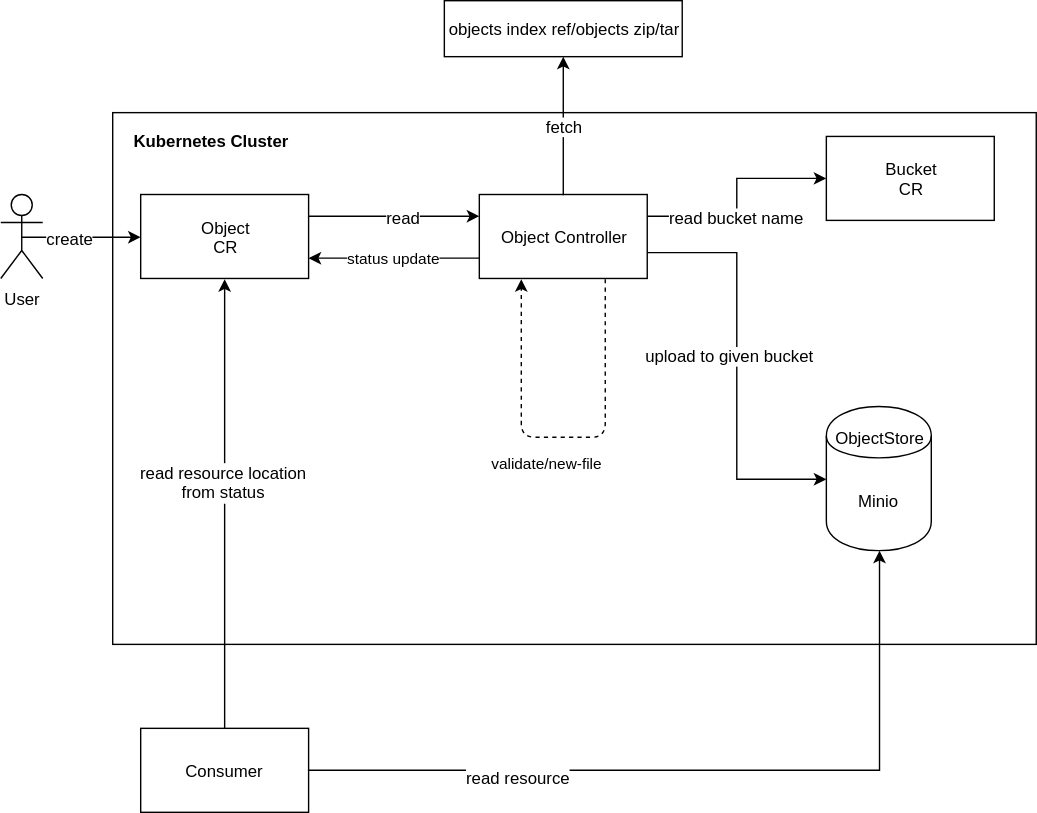
Before: sig-and-wg/sig-core/proposals/assets/storage.svg, a diagram exported from draw.io (kyma-project/community). Source tidied: cells renumbered, new cells last; positions are measured from the earlier drawing's top-left corner, leaving out a move shared by most shapes.
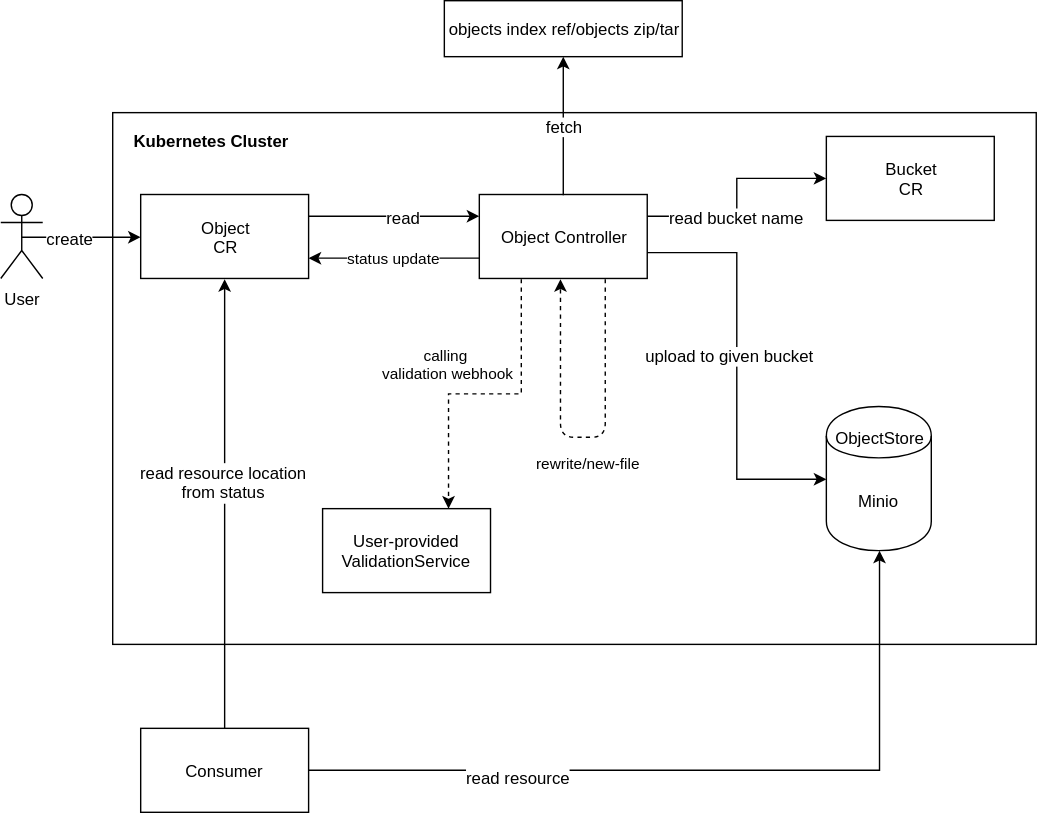
Later version of the same file.

The edit, as a diff of the source:
```diff
@@ -38,6 +38,11 @@
     <mxCell id="10" value="read bucket name" style="text;html=1;align=center;verticalAlign=middle;labelBackgroundColor=#ffffff;" parent="9" vertex="1">
       <mxGeometry x="-0.19" relative="1" as="geometry" />
     </mxCell>
+    <mxCell id="28" value="&lt;span&gt;calling&amp;nbsp;&lt;/span&gt;&lt;br&gt;&lt;span&gt;validation webhook&lt;/span&gt;" style="edgeStyle=orthogonalEdgeStyle;rounded=0;html=1;exitX=0.25;exitY=1;entryX=0.75;entryY=0;dashed=1;jettySize=auto;" parent="1" edge="1" source="11" target="29">
+      <mxGeometry x="0.24" y="-21" relative="1" as="geometry">
+        <mxPoint x="21" y="-21" as="offset" />
+      </mxGeometry>
+    </mxCell>
     <mxCell id="11" value="Object Controller" style="rounded=0;whiteSpace=wrap;html=1;fillColor=none;align=center;" parent="1" vertex="1">
       <mxGeometry x="342" y="138.5" width="120" height="60" as="geometry" />
     </mxCell>
@@ -53,13 +58,14 @@
     <mxCell id="15" value="objects index ref/objects zip/tar&lt;br&gt;" style="rounded=0;whiteSpace=wrap;html=1;fillColor=none;align=center;" parent="1" vertex="1">
       <mxGeometry x="317" width="170" height="40" as="geometry" />
     </mxCell>
-    <mxCell id="16" value="validate/new-file" style="edgeStyle=orthogonalEdgeStyle;rounded=1;html=1;entryX=0.25;entryY=1;jettySize=auto;orthogonalLoop=1;exitX=0.75;exitY=1;dashed=1;" parent="1" edge="1" source="11" target="11">
-      <mxGeometry x="0.21" y="-25" relative="1" as="geometry">
+    <mxCell id="16" value="rewrite/new-file" style="edgeStyle=orthogonalEdgeStyle;rounded=1;html=1;jettySize=auto;exitX=0.75;exitY=1;dashed=1;" parent="1" edge="1" source="11">
+      <mxGeometry x="-0.12" y="-22" relative="1" as="geometry">
+        <mxPoint x="400" y="199" as="targetPoint" />
         <Array as="points">
           <mxPoint x="432" y="312" />
-          <mxPoint x="372" y="312" />
+          <mxPoint x="400" y="312" />
         </Array>
-        <mxPoint x="-7" y="18" as="offset" />
+        <mxPoint x="-12" y="40" as="offset" />
       </mxGeometry>
     </mxCell>
     <mxCell id="17" style="edgeStyle=orthogonalEdgeStyle;rounded=0;html=1;exitX=0.5;exitY=0.5;exitPerimeter=0;entryX=0;entryY=0.5;jettySize=auto;" parent="1" edge="1" source="19" target="14">
@@ -95,5 +101,8 @@
     <mxCell id="27" value="Bucket&lt;br&gt;CR&lt;br&gt;" style="rounded=0;whiteSpace=wrap;html=1;fillColor=none;align=center;" parent="1" vertex="1">
       <mxGeometry x="590" y="97" width="120" height="60" as="geometry" />
     </mxCell>
+    <mxCell id="29" value="User-provided&lt;br&gt;ValidationService&lt;br&gt;" style="rounded=0;whiteSpace=wrap;html=1;fillColor=none;align=center;" parent="1" vertex="1">
+      <mxGeometry x="230" y="363" width="120" height="60" as="geometry" />
+    </mxCell>
   </root>
 </mxGraphModel>
```
